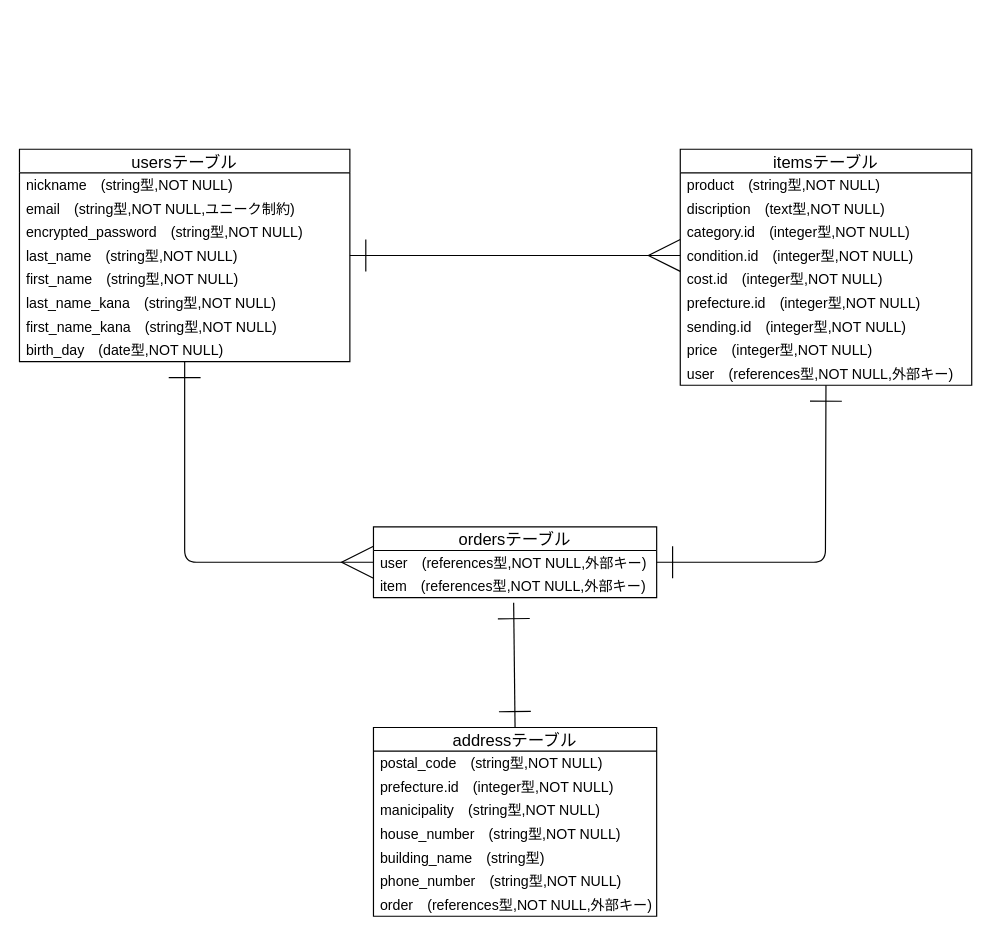
This is table.dio from hakuma101/furima-35665, a draw.io file, before an edit. Source tidied: cells renumbered, new cells numbered last; positions are measured from the earlier drawing's top-left corner, leaving out a move shared by most shapes. Both pictures are drawn from the tidied source at 118%, with x=0, y=0 at pixel (19, 149).
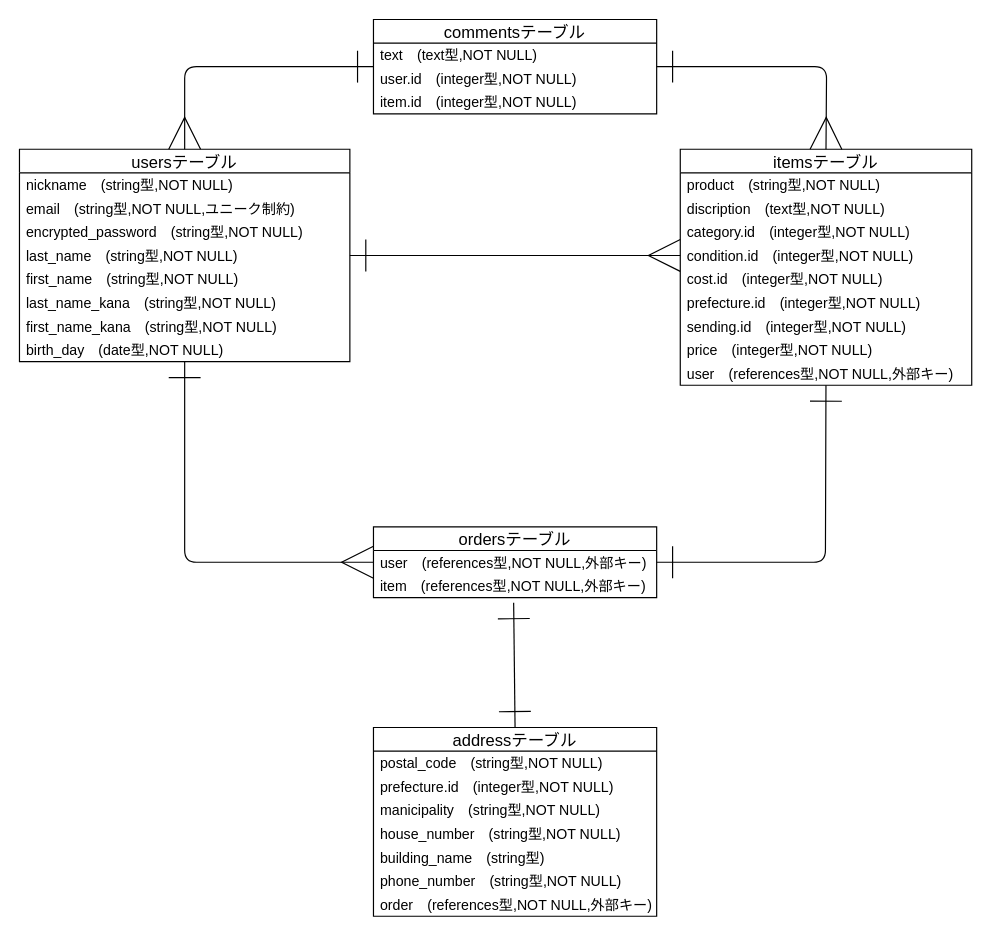
The same diagram, later.

Commit message:
ER図への追加

コメント機能に関する内容をER図へ追加

The change refers to these unchanged cells:
```xml
<mxCell id="2" value="usersテーブル" style="swimlane;fontStyle=0;horizontal=1;startSize=20;align=center;fontSize=14;" parent="1" vertex="1">
  <mxGeometry width="280" height="180" as="geometry" />
</mxCell>
<mxCell id="11" value="itemsテーブル" style="swimlane;fontStyle=0;horizontal=1;startSize=20;align=center;fontSize=14;" parent="1" vertex="1">
  <mxGeometry x="560" width="247" height="200" as="geometry" />
</mxCell>
```

Diff of the diagram source:
```diff
@@
+    <mxCell id="36" value="commentsテーブル" style="swimlane;fontStyle=0;horizontal=1;startSize=20;align=center;fontSize=14;" parent="1" vertex="1">
+      <mxGeometry x="300" y="-110" width="240" height="80" as="geometry" />
+    </mxCell>
+    <mxCell id="37" value="text　(text型,NOT NULL)" style="text;strokeColor=none;fillColor=none;spacingLeft=4;spacingRight=4;overflow=hidden;fontSize=12;verticalAlign=middle;" parent="36" vertex="1">
+      <mxGeometry y="20" width="240" height="20" as="geometry" />
+    </mxCell>
+    <mxCell id="38" value="user.id　(integer型,NOT NULL)" style="text;strokeColor=none;fillColor=none;spacingLeft=4;spacingRight=4;overflow=hidden;fontSize=12;align=left;verticalAlign=middle;" parent="36" vertex="1">
+      <mxGeometry y="40" width="240" height="20" as="geometry" />
+    </mxCell>
+    <mxCell id="39" value="item.id　(integer型,NOT NULL)" style="text;strokeColor=none;fillColor=none;spacingLeft=4;spacingRight=4;overflow=hidden;fontSize=12;verticalAlign=middle;" parent="36" vertex="1">
+      <mxGeometry y="60" width="240" height="20" as="geometry" />
+    </mxCell>
+    <mxCell id="40" style="fontSize=12;html=1;endArrow=ERmany;startSize=25;endSize=25;strokeWidth=1;elbow=vertical;jumpSize=5;startArrow=ERone;startFill=0;entryX=0.5;entryY=0;entryDx=0;entryDy=0;exitX=1;exitY=0.5;exitDx=0;exitDy=0;" parent="1" edge="1" source="36" target="11">
+      <mxGeometry relative="1" as="geometry">
+        <Array as="points">
+          <mxPoint x="684" y="-70" />
+        </Array>
+      </mxGeometry>
+    </mxCell>
+    <mxCell id="41" style="fontSize=12;html=1;endArrow=ERmany;startSize=25;endSize=25;strokeWidth=1;elbow=vertical;jumpSize=5;startArrow=ERone;startFill=0;entryX=0.5;entryY=0;entryDx=0;entryDy=0;" parent="1" edge="1" target="2">
+      <mxGeometry relative="1" as="geometry">
+        <mxPoint x="300" y="-70" as="sourcePoint" />
+        <Array as="points">
+          <mxPoint x="140" y="-70" />
+        </Array>
+      </mxGeometry>
+    </mxCell>
```
